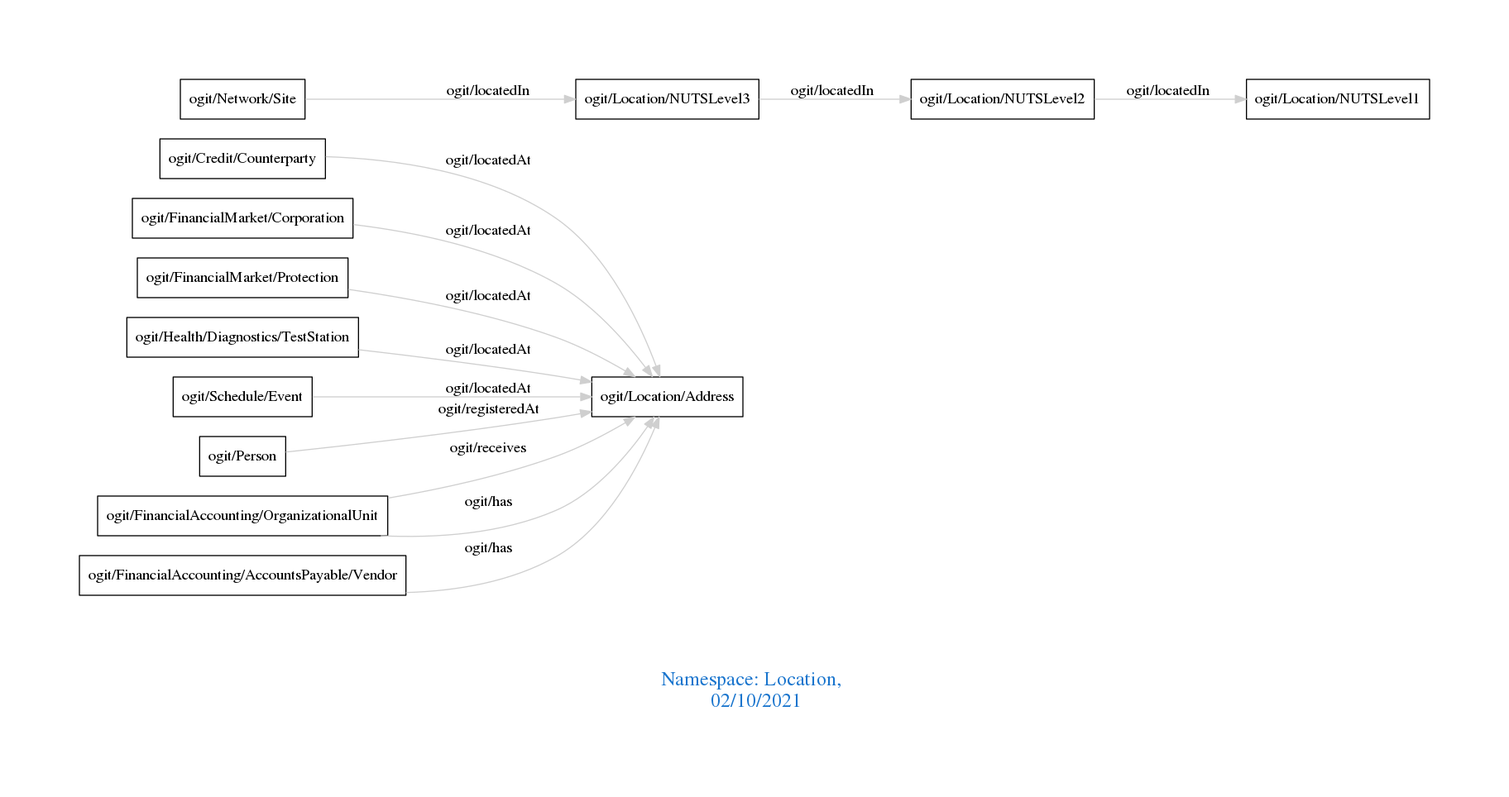
arago/OGIT keeps this Graphviz diagram as downloads/Location.png. Above is the earlier version. Its source is kept beside it as downloads/Location.dot. Its diagram source:
```dot
digraph OGIT_ontology {
 graph [ rankdir= LR,pad=1
fontsize = 18,
fontcolor= dodgerblue3,label = "\n\n\nNamespace: Location, \n 02/10/2021"];
node[shape=polygon];
edge [  color="gray81"];

   "ogit/Credit/Counterparty" -> "ogit/Location/Address" [label="   ogit/locatedAt    "];
   "ogit/FinancialMarket/Corporation" -> "ogit/Location/Address" [label="   ogit/locatedAt    "];
   "ogit/FinancialMarket/Protection" -> "ogit/Location/Address" [label="   ogit/locatedAt    "];
   "ogit/Health/Diagnostics/TestStation" -> "ogit/Location/Address" [label="   ogit/locatedAt    "];
   "ogit/Schedule/Event" -> "ogit/Location/Address" [label="   ogit/locatedAt    "];
   "ogit/Location/NUTSLevel2" -> "ogit/Location/NUTSLevel1" [label="   ogit/locatedIn    "];
   "ogit/Location/NUTSLevel3" -> "ogit/Location/NUTSLevel2" [label="   ogit/locatedIn    "];
   "ogit/Network/Site" -> "ogit/Location/NUTSLevel3" [label="   ogit/locatedIn    "];
   "ogit/Person" -> "ogit/Location/Address" [label="   ogit/registeredAt    "];
   "ogit/FinancialAccounting/OrganizationalUnit" -> "ogit/Location/Address" [label="   ogit/receives    "];
   "ogit/FinancialAccounting/AccountsPayable/Vendor" -> "ogit/Location/Address" [label="   ogit/has    "];
   "ogit/FinancialAccounting/OrganizationalUnit" -> "ogit/Location/Address" [label="   ogit/has    "];
}
```
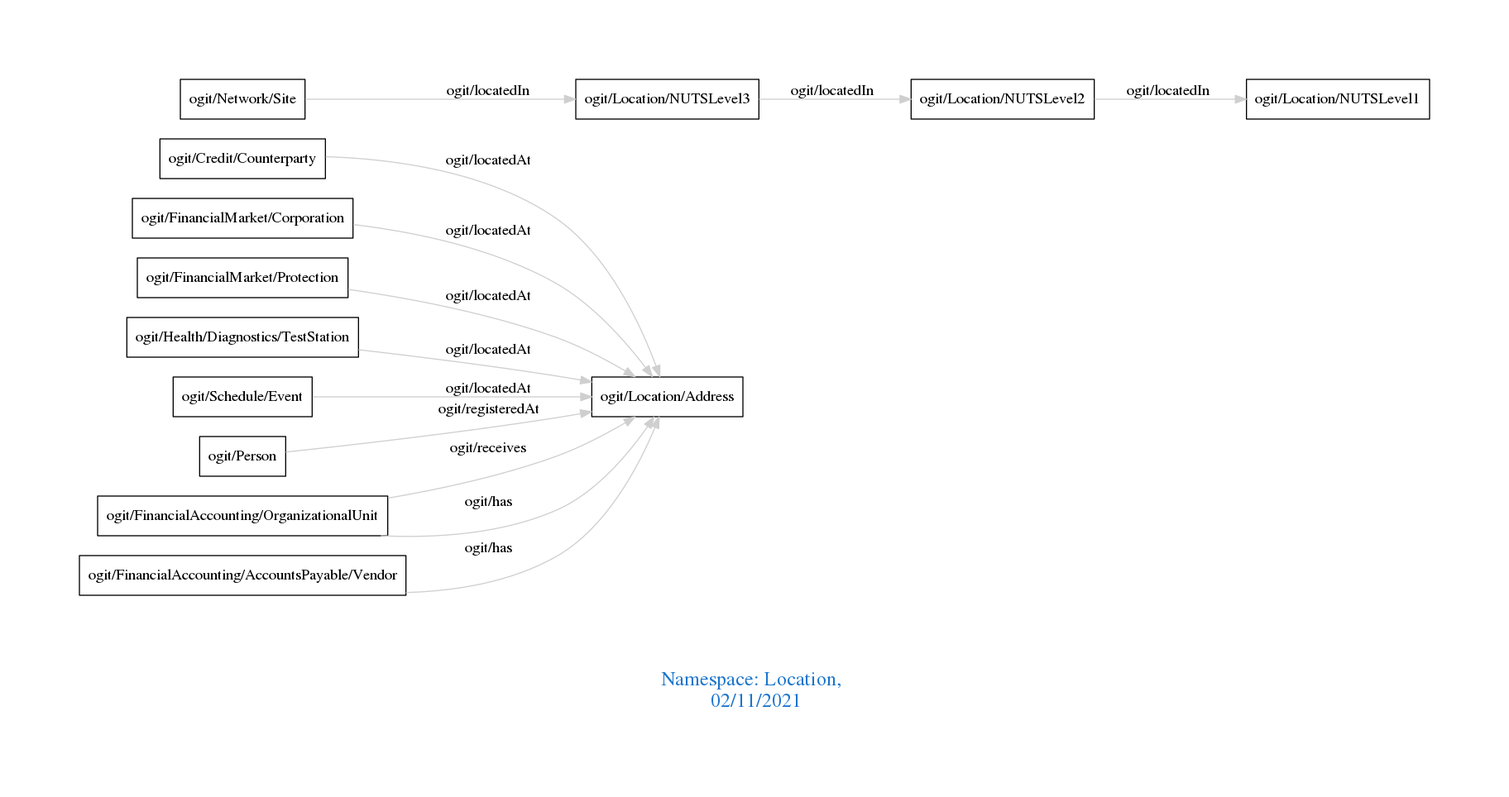
The same file after the commit.

Diff of the diagram source:
```diff
@@ -1,7 +1,7 @@
 digraph OGIT_ontology {
  graph [ rankdir= LR,pad=1
 fontsize = 18,
-fontcolor= dodgerblue3,label = "\n\n\nNamespace: Location, \n 02/10/2021"];
+fontcolor= dodgerblue3,label = "\n\n\nNamespace: Location, \n 02/11/2021"];
 node[shape=polygon];
 edge [  color="gray81"];
 
```
